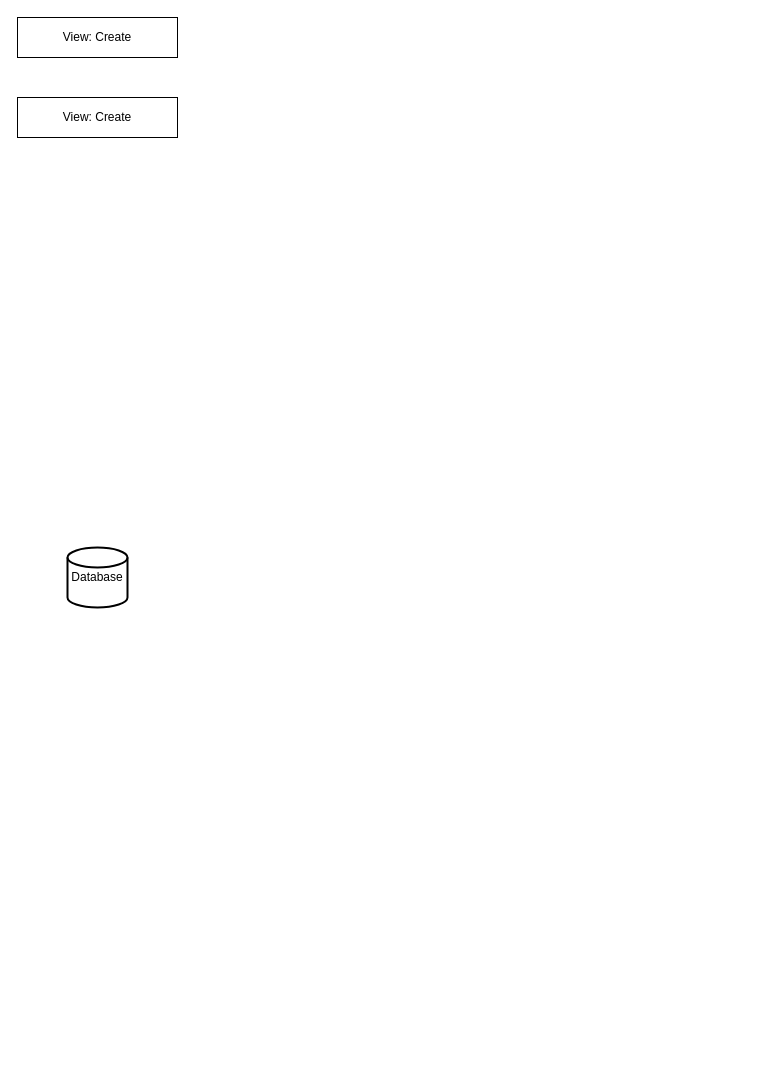
The draw.io diagram Weblog.drawio in bjvle/dobbelstenen, before the edit. Source tidied: cells renumbered, new cells numbered last; positions are measured from the earlier drawing's top-left corner, leaving out a move shared by most shapes. Both pictures are drawn from the tidied source at 100%, with x=0, y=0 at pixel (17, 17).
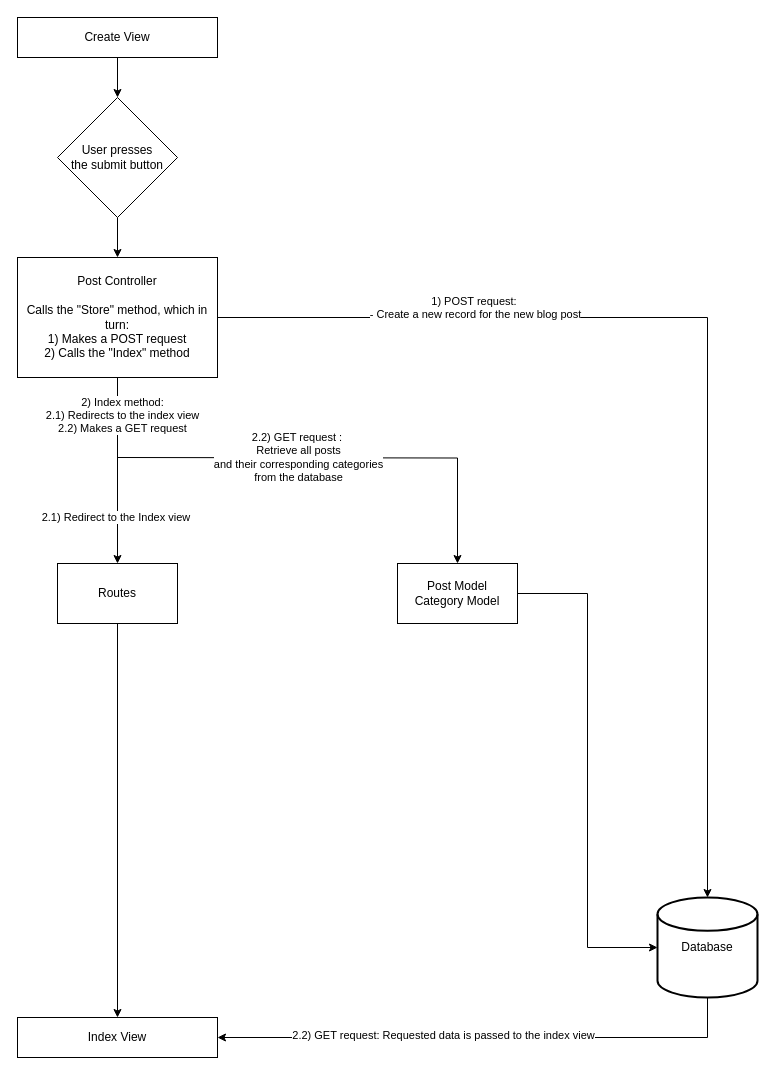
After the change.

The edit, as a diff of the source:
```diff
@@
+    <mxCell id="5" style="edgeStyle=orthogonalEdgeStyle;rounded=0;jettySize=auto;html=1;entryX=1;entryY=0.5;entryDx=0;entryDy=0;" parent="1" edge="1" source="2" target="16">
+      <mxGeometry relative="1" as="geometry">
+        <Array as="points">
+          <mxPoint x="690" y="1020" />
+        </Array>
+      </mxGeometry>
+    </mxCell>
+    <mxCell id="6" value="2.2) GET request: Requested data is passed to the index view" style="edgeLabel;html=1;align=center;verticalAlign=middle;" parent="5" vertex="1">
+      <mxGeometry x="0.15" y="-3" relative="1" as="geometry" />
+    </mxCell>
     <mxCell id="2" value="Database" style="strokeWidth=2;html=1;shape=mxgraph.flowchart.database;whiteSpace=wrap;" parent="1" vertex="1">
-      <mxGeometry x="50" y="530" width="60" height="60" as="geometry" />
+      <mxGeometry x="640" y="880" width="100" height="100" as="geometry" />
     </mxCell>
-    <mxCell id="3" value="View: Create" style="whiteSpace=wrap;html=1;align=center;" parent="1" vertex="1">
-      <mxGeometry y="80" width="160" height="40" as="geometry" />
-    </mxCell>
+    <mxCell id="7" style="edgeStyle=orthogonalEdgeStyle;rounded=0;jettySize=auto;html=1;entryX=0.5;entryY=0;entryDx=0;entryDy=0;" parent="1" edge="1" source="4" target="20">
+      <mxGeometry relative="1" as="geometry">
+        <Array as="points">
+          <mxPoint x="100" y="500" />
+          <mxPoint x="100" y="500" />
+        </Array>
+      </mxGeometry>
+    </mxCell>
+    <mxCell id="8" value="&lt;div&gt;&lt;br style=&quot;font-size: 12px; text-align: left; background-color: rgb(236, 236, 236);&quot;&gt;&lt;/div&gt;" style="edgeLabel;html=1;align=center;verticalAlign=middle;" parent="7" vertex="1">
+      <mxGeometry x="-0.68" y="-1" relative="1" as="geometry" />
+    </mxCell>
+    <mxCell id="9" value="2.1) Redirect to the Index view&amp;nbsp;" style="edgeLabel;html=1;align=center;verticalAlign=middle;" parent="7" vertex="1">
+      <mxGeometry x="0.49" y="-1" relative="1" as="geometry" />
+    </mxCell>
-    <mxCell id="4" value="View: Create" style="whiteSpace=wrap;html=1;align=center;" parent="1" vertex="1">
-      <mxGeometry width="160" height="40" as="geometry" />
+    <mxCell id="4" value="Post Controller&lt;div&gt;&lt;br&gt;&lt;/div&gt;&lt;div&gt;Calls the &quot;Store&quot; method, which in turn:&lt;/div&gt;&lt;div&gt;1) Makes a POST request&lt;/div&gt;&lt;div&gt;2)&lt;span style=&quot;background-color: transparent; color: light-dark(rgb(0, 0, 0), rgb(255, 255, 255));&quot;&gt;&amp;nbsp;Calls the &quot;Index&quot; method&lt;/span&gt;&lt;/div&gt;" style="whiteSpace=wrap;html=1;align=center;" parent="1" vertex="1">
+      <mxGeometry y="240" width="200" height="120" as="geometry" />
     </mxCell>
+    <mxCell id="10" style="edgeStyle=orthogonalEdgeStyle;rounded=0;jettySize=auto;html=1;entryX=0.5;entryY=0;entryDx=0;entryDy=0;" parent="1" edge="1" source="11" target="13">
+      <mxGeometry relative="1" as="geometry" />
+    </mxCell>
+    <mxCell id="11" value="Create View" style="whiteSpace=wrap;html=1;align=center;" parent="1" vertex="1">
+      <mxGeometry width="200" height="40" as="geometry" />
+    </mxCell>
+    <mxCell id="12" style="edgeStyle=orthogonalEdgeStyle;rounded=0;jettySize=auto;html=1;entryX=0.5;entryY=0;entryDx=0;entryDy=0;" parent="1" edge="1" source="13" target="4">
+      <mxGeometry relative="1" as="geometry" />
+    </mxCell>
+    <mxCell id="13" value="User presses&lt;div&gt;the submit button&lt;/div&gt;" style="rhombus;whiteSpace=wrap;html=1;" parent="1" vertex="1">
+      <mxGeometry x="40" y="80" width="120" height="120" as="geometry" />
+    </mxCell>
+    <mxCell id="14" style="edgeStyle=orthogonalEdgeStyle;rounded=0;jettySize=auto;html=1;entryX=0.5;entryY=0;entryDx=0;entryDy=0;entryPerimeter=0;" parent="1" edge="1" source="4" target="2">
+      <mxGeometry relative="1" as="geometry">
+        <Array as="points">
+          <mxPoint x="690" y="300" />
+        </Array>
+      </mxGeometry>
+    </mxCell>
+    <mxCell id="15" value="1) POST request:&amp;nbsp;&lt;div&gt;- Create a new&amp;nbsp;&lt;span style=&quot;background-color: transparent; color: light-dark(rgb(0, 0, 0), rgb(255, 255, 255));&quot;&gt;record for the new blog post&lt;/span&gt;&lt;/div&gt;&lt;div&gt;&lt;br style=&quot;font-size: 12px; text-align: left; background-color: rgb(236, 236, 236);&quot;&gt;&lt;/div&gt;" style="edgeLabel;html=1;align=center;verticalAlign=middle;" parent="14" vertex="1">
+      <mxGeometry x="-0.52" y="4" relative="1" as="geometry" />
+    </mxCell>
+    <mxCell id="16" value="Index View" style="whiteSpace=wrap;html=1;align=center;" parent="1" vertex="1">
+      <mxGeometry y="1000" width="200" height="40" as="geometry" />
+    </mxCell>
+    <mxCell id="17" style="edgeStyle=orthogonalEdgeStyle;rounded=0;jettySize=auto;html=1;entryX=0.5;entryY=0;entryDx=0;entryDy=0;" parent="1" edge="1" source="20" target="16">
+      <mxGeometry relative="1" as="geometry" />
+    </mxCell>
+    <mxCell id="18" style="edgeStyle=orthogonalEdgeStyle;rounded=0;jettySize=auto;html=1;entryX=0.5;entryY=0;entryDx=0;entryDy=0;" parent="1" edge="1" target="21">
+      <mxGeometry relative="1" as="geometry">
+        <mxPoint x="100" y="440" as="sourcePoint" />
+      </mxGeometry>
+    </mxCell>
+    <mxCell id="19" value="&lt;br&gt;&lt;div&gt;&lt;div&gt;2.2) GET request :&amp;nbsp;&lt;/div&gt;&lt;div&gt;Retrieve all posts&lt;/div&gt;&lt;div&gt;and their corresponding categories&lt;/div&gt;&lt;div&gt;from the database&lt;/div&gt;&lt;div&gt;&lt;br style=&quot;font-size: 12px; text-align: left; background-color: rgb(236, 236, 236);&quot;&gt;&lt;/div&gt;&lt;/div&gt;" style="edgeLabel;html=1;align=center;verticalAlign=middle;" parent="18" vertex="1">
+      <mxGeometry x="0.69" y="5" relative="1" as="geometry">
+        <mxPoint x="-165" y="-37" as="offset" />
+      </mxGeometry>
+    </mxCell>
+    <mxCell id="20" value="Routes" style="rounded=0;whiteSpace=wrap;html=1;" parent="1" vertex="1">
+      <mxGeometry x="40" y="546" width="120" height="60" as="geometry" />
+    </mxCell>
+    <mxCell id="21" value="Post Model&lt;div&gt;Category Model&lt;/div&gt;" style="rounded=0;whiteSpace=wrap;html=1;" parent="1" vertex="1">
+      <mxGeometry x="380" y="546" width="120" height="60" as="geometry" />
+    </mxCell>
+    <mxCell id="22" style="edgeStyle=orthogonalEdgeStyle;rounded=0;jettySize=auto;html=1;entryX=0;entryY=0.5;entryDx=0;entryDy=0;entryPerimeter=0;" parent="1" edge="1" source="21" target="2">
+      <mxGeometry relative="1" as="geometry" />
+    </mxCell>
+    <mxCell id="23" value="2) Index method:&lt;div&gt;2.1) Redirects to the index view&lt;/div&gt;&lt;div&gt;2.2) Makes a GET request&lt;/div&gt;" style="edgeLabel;html=1;align=center;verticalAlign=middle;" parent="1" vertex="1">
+      <mxGeometry x="60" y="390" as="geometry">
+        <mxPoint x="44" y="7" as="offset" />
+      </mxGeometry>
+    </mxCell>
```
